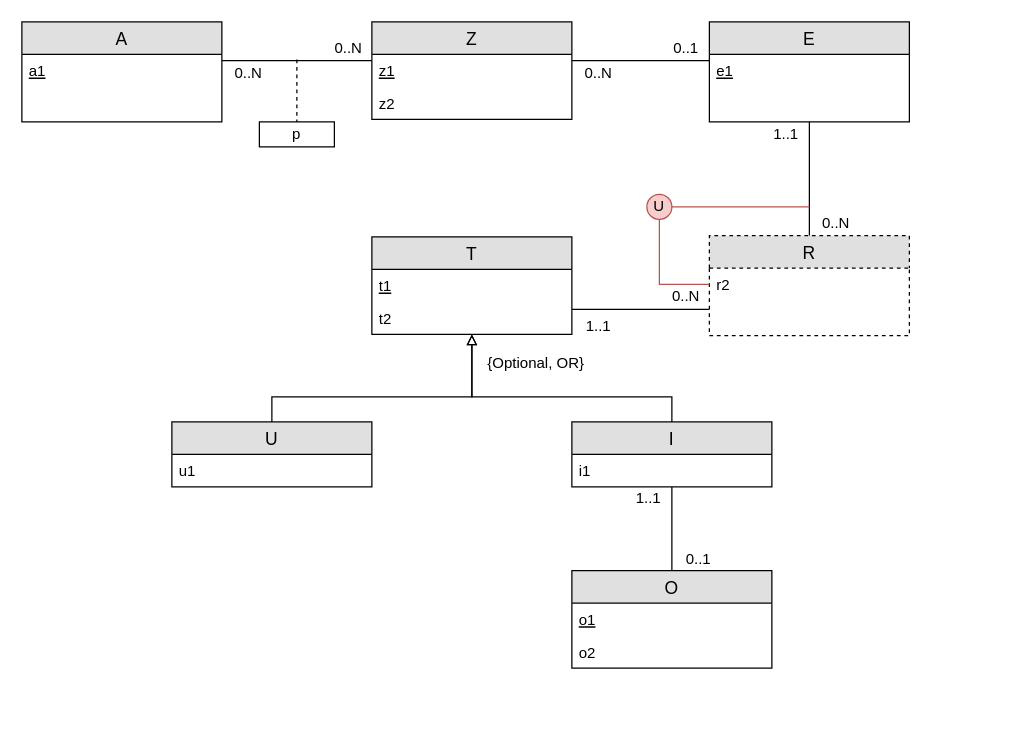
Before: workshops/04-relationeel_model/exercises/exercise-6.drawio in HOGENT-Databases/DB1-Workshops, a draw.io diagram. Source tidied: cells renumbered, new cells numbered last; positions are measured from the earlier drawing's top-left corner, leaving out a move shared by most shapes. Both pictures are drawn from the tidied source at 125%, with x=0, y=0 at pixel (21, 21).
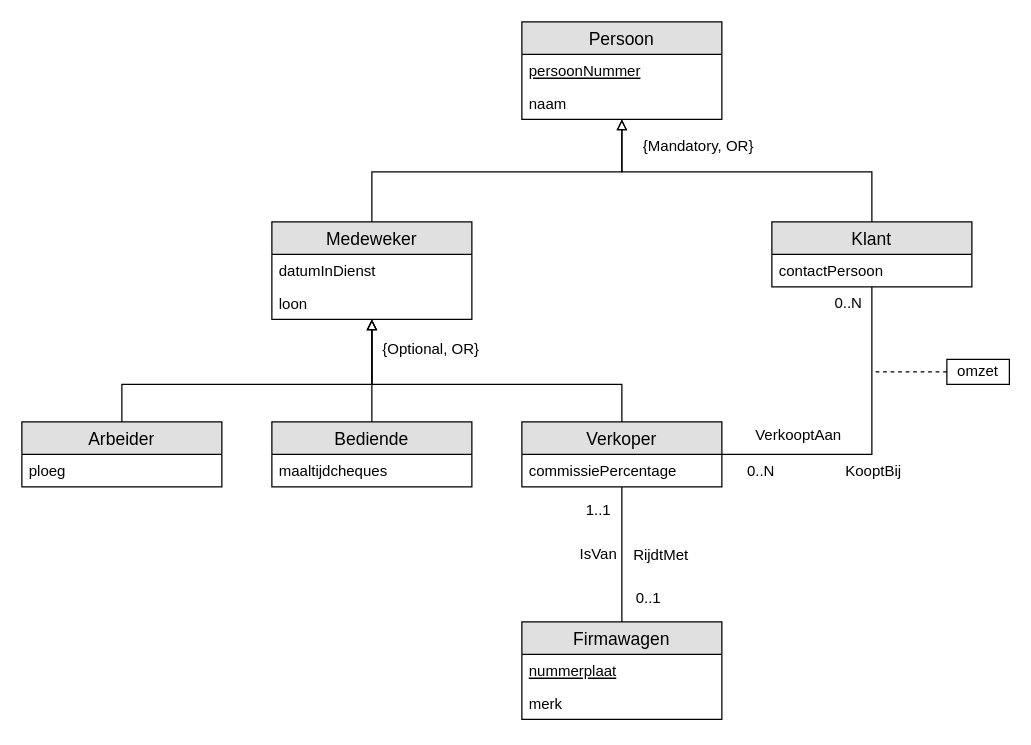
Above is the later version.

The edit, as a diff of the source:
```diff
@@
-    <mxCell id="2" style="edgeStyle=orthogonalEdgeStyle;rounded=0;jettySize=auto;html=1;endArrow=none;endFill=0;" parent="1" edge="1" source="5" target="10">
-      <mxGeometry relative="1" as="geometry">
-        <Array as="points">
-          <mxPoint x="240" y="31" />
-          <mxPoint x="240" y="31" />
-        </Array>
-      </mxGeometry>
-    </mxCell>
-    <mxCell id="3" value="0..N" style="text;html=1;align=center;verticalAlign=middle;labelBackgroundColor=#ffffff;" parent="2" vertex="1">
-      <mxGeometry x="-0.78" y="-1" relative="1" as="geometry">
-        <mxPoint x="7" y="8" as="offset" />
-      </mxGeometry>
-    </mxCell>
-    <mxCell id="4" value="0..N" style="text;html=1;align=center;verticalAlign=middle;labelBackgroundColor=#ffffff;" parent="2" vertex="1">
-      <mxGeometry x="0.81" relative="1" as="geometry">
-        <mxPoint x="-8.5" y="-11" as="offset" />
-      </mxGeometry>
-    </mxCell>
-    <mxCell id="5" value="A" style="swimlane;fontStyle=0;horizontal=1;startSize=26;fillColor=#e0e0e0;swimlaneFillColor=#ffffff;align=center;fontSize=14;" parent="1" vertex="1">
-      <mxGeometry width="160" height="80" as="geometry" />
-    </mxCell>
-    <mxCell id="6" value="a1" style="text;strokeColor=none;fillColor=none;spacingLeft=4;spacingRight=4;overflow=hidden;fontSize=12;fontStyle=4;" parent="5" vertex="1">
-      <mxGeometry y="26" width="160" height="54" as="geometry" />
-    </mxCell>
-    <mxCell id="7" style="edgeStyle=orthogonalEdgeStyle;rounded=0;jettySize=auto;html=1;endArrow=none;endFill=0;" parent="1" edge="1" source="10" target="16">
-      <mxGeometry relative="1" as="geometry">
-        <Array as="points">
-          <mxPoint x="480" y="31" />
-          <mxPoint x="480" y="31" />
-        </Array>
-      </mxGeometry>
-    </mxCell>
-    <mxCell id="8" value="0..N" style="text;html=1;align=center;verticalAlign=middle;labelBackgroundColor=#ffffff;" parent="7" vertex="1">
-      <mxGeometry x="-0.27" y="-32" relative="1" as="geometry">
-        <mxPoint x="-20" y="-23" as="offset" />
-      </mxGeometry>
-    </mxCell>
-    <mxCell id="9" value="0..1" style="text;html=1;align=center;verticalAlign=middle;labelBackgroundColor=#ffffff;" parent="7" vertex="1">
-      <mxGeometry x="0.84" relative="1" as="geometry">
-        <mxPoint x="-11" y="-11" as="offset" />
-      </mxGeometry>
-    </mxCell>
-    <mxCell id="10" value="Z" style="swimlane;fontStyle=0;horizontal=1;startSize=26;fillColor=#e0e0e0;swimlaneFillColor=#ffffff;align=center;fontSize=14;" parent="1" vertex="1">
-      <mxGeometry x="280" width="160" height="78" as="geometry" />
-    </mxCell>
-    <mxCell id="11" value="z1" style="text;strokeColor=none;fillColor=none;spacingLeft=4;spacingRight=4;overflow=hidden;fontSize=12;fontStyle=4;" parent="10" vertex="1">
-      <mxGeometry y="26" width="160" height="26" as="geometry" />
-    </mxCell>
-    <mxCell id="12" value="z2" style="text;strokeColor=none;fillColor=none;spacingLeft=4;spacingRight=4;overflow=hidden;fontSize=12;" parent="10" vertex="1">
-      <mxGeometry y="52" width="160" height="26" as="geometry" />
-    </mxCell>
-    <mxCell id="13" style="edgeStyle=orthogonalEdgeStyle;rounded=0;jettySize=auto;html=1;endArrow=none;endFill=0;" parent="1" edge="1" source="16" target="21">
-      <mxGeometry relative="1" as="geometry" />
-    </mxCell>
-    <mxCell id="14" value="1..1" style="text;html=1;align=center;verticalAlign=middle;labelBackgroundColor=#ffffff;" parent="13" vertex="1">
-      <mxGeometry x="-0.77" relative="1" as="geometry">
-        <mxPoint x="-20" y="-0.5" as="offset" />
-      </mxGeometry>
-    </mxCell>
-    <mxCell id="15" value="0..N" style="text;html=1;align=center;verticalAlign=middle;labelBackgroundColor=#ffffff;" parent="13" vertex="1">
-      <mxGeometry x="0.74" relative="1" as="geometry">
-        <mxPoint x="20" y="1" as="offset" />
-      </mxGeometry>
-    </mxCell>
-    <mxCell id="16" value="E" style="swimlane;fontStyle=0;horizontal=1;startSize=26;fillColor=#e0e0e0;swimlaneFillColor=#ffffff;align=center;fontSize=14;" parent="1" vertex="1">
-      <mxGeometry x="550" width="160" height="80" as="geometry" />
-    </mxCell>
-    <mxCell id="17" value="e1" style="text;strokeColor=none;fillColor=none;spacingLeft=4;spacingRight=4;overflow=hidden;fontSize=12;fontStyle=4;" parent="16" vertex="1">
-      <mxGeometry y="26" width="160" height="54" as="geometry" />
-    </mxCell>
-    <mxCell id="18" style="edgeStyle=orthogonalEdgeStyle;rounded=0;jettySize=auto;html=1;endArrow=none;endFill=0;" parent="1" edge="1" source="21" target="24">
-      <mxGeometry relative="1" as="geometry">
-        <Array as="points">
-          <mxPoint x="500" y="230" />
-          <mxPoint x="500" y="230" />
-        </Array>
-      </mxGeometry>
-    </mxCell>
-    <mxCell id="19" value="1..1" style="text;html=1;align=center;verticalAlign=middle;labelBackgroundColor=#ffffff;" parent="18" vertex="1">
-      <mxGeometry x="0.84" relative="1" as="geometry">
-        <mxPoint x="11" y="13" as="offset" />
-      </mxGeometry>
-    </mxCell>
-    <mxCell id="20" value="0..N" style="text;html=1;align=center;verticalAlign=middle;labelBackgroundColor=#ffffff;" parent="18" vertex="1">
-      <mxGeometry y="45" relative="1" as="geometry">
-        <mxPoint x="35" y="-56" as="offset" />
-      </mxGeometry>
-    </mxCell>
-    <mxCell id="21" value="R" style="swimlane;fontStyle=0;horizontal=1;startSize=26;fillColor=#e0e0e0;swimlaneFillColor=#ffffff;align=center;fontSize=14;dashed=1;" parent="1" vertex="1">
-      <mxGeometry x="550" y="171" width="160" height="80" as="geometry" />
-    </mxCell>
-    <mxCell id="22" value="r2" style="text;strokeColor=none;fillColor=none;spacingLeft=4;spacingRight=4;overflow=hidden;points=[[0,0.5],[1,0.5]];portConstraint=eastwest;fontSize=12;fontStyle=0;" parent="21" vertex="1">
-      <mxGeometry y="26" width="160" height="54" as="geometry" />
-    </mxCell>
-    <mxCell id="23" style="edgeStyle=orthogonalEdgeStyle;rounded=0;jettySize=auto;html=1;endArrow=none;endFill=0;startArrow=block;startFill=0;" parent="1" edge="1" source="24" target="27">
-      <mxGeometry relative="1" as="geometry">
-        <Array as="points">
-          <mxPoint x="360" y="300" />
-          <mxPoint x="200" y="300" />
-        </Array>
-      </mxGeometry>
-    </mxCell>
-    <mxCell id="24" value="T" style="swimlane;fontStyle=0;horizontal=1;startSize=26;fillColor=#e0e0e0;swimlaneFillColor=#ffffff;align=center;fontSize=14;" parent="1" vertex="1">
-      <mxGeometry x="280" y="172" width="160" height="78" as="geometry" />
-    </mxCell>
-    <mxCell id="25" value="t1" style="text;strokeColor=none;fillColor=none;spacingLeft=4;spacingRight=4;overflow=hidden;fontSize=12;fontStyle=4;" parent="24" vertex="1">
-      <mxGeometry y="26" width="160" height="26" as="geometry" />
-    </mxCell>
-    <mxCell id="26" value="t2" style="text;strokeColor=none;fillColor=none;spacingLeft=4;spacingRight=4;overflow=hidden;fontSize=12;fontStyle=0;" parent="24" vertex="1">
-      <mxGeometry y="52" width="160" height="26" as="geometry" />
-    </mxCell>
-    <mxCell id="27" value="U" style="swimlane;fontStyle=0;horizontal=1;startSize=26;fillColor=#e0e0e0;swimlaneFillColor=#ffffff;align=center;fontSize=14;" parent="1" vertex="1">
-      <mxGeometry x="120" y="320" width="160" height="52" as="geometry" />
-    </mxCell>
-    <mxCell id="28" value="u1" style="text;strokeColor=none;fillColor=none;spacingLeft=4;spacingRight=4;overflow=hidden;fontSize=12;fontStyle=0;" parent="27" vertex="1">
-      <mxGeometry y="26" width="160" height="26" as="geometry" />
-    </mxCell>
-    <mxCell id="29" style="edgeStyle=orthogonalEdgeStyle;rounded=0;jettySize=auto;html=1;startArrow=none;startFill=0;endArrow=block;endFill=0;" parent="1" edge="1" source="34" target="24">
-      <mxGeometry relative="1" as="geometry">
-        <Array as="points">
-          <mxPoint x="520" y="300" />
-          <mxPoint x="360" y="300" />
-        </Array>
-      </mxGeometry>
-    </mxCell>
+    <mxCell id="44" value="Persoon" style="swimlane;fontStyle=0;horizontal=1;startSize=26;fillColor=#e0e0e0;swimlaneFillColor=#ffffff;align=center;fontSize=14;" parent="1" vertex="1">
+      <mxGeometry x="400" width="160" height="78" as="geometry" />
+    </mxCell>
+    <mxCell id="45" value="persoonNummer" style="text;strokeColor=none;fillColor=none;spacingLeft=4;spacingRight=4;overflow=hidden;fontSize=12;fontStyle=4;" parent="44" vertex="1">
+      <mxGeometry y="26" width="160" height="26" as="geometry" />
+    </mxCell>
+    <mxCell id="46" value="naam" style="text;strokeColor=none;fillColor=none;spacingLeft=4;spacingRight=4;overflow=hidden;fontSize=12;" parent="44" vertex="1">
+      <mxGeometry y="52" width="160" height="26" as="geometry" />
+    </mxCell>
+    <mxCell id="47" style="edgeStyle=orthogonalEdgeStyle;rounded=0;jettySize=auto;html=1;endArrow=block;endFill=0;" parent="1" edge="1" source="48" target="44">
+      <mxGeometry relative="1" as="geometry">
+        <Array as="points">
+          <mxPoint x="680" y="120" />
+          <mxPoint x="480" y="120" />
+        </Array>
+      </mxGeometry>
+    </mxCell>
+    <mxCell id="48" value="Klant" style="swimlane;fontStyle=0;horizontal=1;startSize=26;fillColor=#e0e0e0;swimlaneFillColor=#ffffff;align=center;fontSize=14;" parent="1" vertex="1">
+      <mxGeometry x="600" y="160" width="160" height="52" as="geometry" />
+    </mxCell>
+    <mxCell id="49" value="contactPersoon" style="text;strokeColor=none;fillColor=none;spacingLeft=4;spacingRight=4;overflow=hidden;fontSize=12;fontStyle=0;" parent="48" vertex="1">
+      <mxGeometry y="26" width="160" height="26" as="geometry" />
+    </mxCell>
+    <mxCell id="50" style="edgeStyle=orthogonalEdgeStyle;rounded=0;jettySize=auto;html=1;endArrow=block;endFill=0;" parent="1" edge="1" source="52" target="44">
+      <mxGeometry relative="1" as="geometry">
+        <Array as="points">
+          <mxPoint x="280" y="120" />
+          <mxPoint x="480" y="120" />
+        </Array>
+      </mxGeometry>
+    </mxCell>
+    <mxCell id="51" value="{Mandatory, OR}" style="text;html=1;align=center;verticalAlign=middle;labelBackgroundColor=#ffffff;" parent="50" vertex="1">
+      <mxGeometry x="0.83" relative="1" as="geometry">
+        <mxPoint x="60" y="-3" as="offset" />
+      </mxGeometry>
+    </mxCell>
+    <mxCell id="52" value="Medeweker" style="swimlane;fontStyle=0;horizontal=1;startSize=26;fillColor=#e0e0e0;swimlaneFillColor=#ffffff;align=center;fontSize=14;" parent="1" vertex="1">
+      <mxGeometry x="200" y="160" width="160" height="78" as="geometry" />
+    </mxCell>
+    <mxCell id="53" value="datumInDienst" style="text;strokeColor=none;fillColor=none;spacingLeft=4;spacingRight=4;overflow=hidden;fontSize=12;fontStyle=0;" parent="52" vertex="1">
+      <mxGeometry y="26" width="160" height="26" as="geometry" />
+    </mxCell>
+    <mxCell id="54" value="loon" style="text;strokeColor=none;fillColor=none;spacingLeft=4;spacingRight=4;overflow=hidden;fontSize=12;" parent="52" vertex="1">
+      <mxGeometry y="52" width="160" height="26" as="geometry" />
+    </mxCell>
+    <mxCell id="55" style="edgeStyle=orthogonalEdgeStyle;rounded=0;jettySize=auto;html=1;endArrow=block;endFill=0;" parent="1" edge="1" source="56" target="52">
+      <mxGeometry relative="1" as="geometry">
+        <Array as="points">
+          <mxPoint x="80" y="290" />
+          <mxPoint x="280" y="290" />
+        </Array>
+      </mxGeometry>
+    </mxCell>
+    <mxCell id="56" value="Arbeider" style="swimlane;fontStyle=0;horizontal=1;startSize=26;fillColor=#e0e0e0;swimlaneFillColor=#ffffff;align=center;fontSize=14;" parent="1" vertex="1">
+      <mxGeometry y="320" width="160" height="52" as="geometry" />
+    </mxCell>
+    <mxCell id="57" value="ploeg" style="text;strokeColor=none;fillColor=none;spacingLeft=4;spacingRight=4;overflow=hidden;fontSize=12;" parent="56" vertex="1">
+      <mxGeometry y="26" width="160" height="26" as="geometry" />
+    </mxCell>
+    <mxCell id="58" style="edgeStyle=orthogonalEdgeStyle;rounded=0;jettySize=auto;html=1;endArrow=block;endFill=0;" parent="1" edge="1" source="59" target="52">
+      <mxGeometry relative="1" as="geometry" />
+    </mxCell>
+    <mxCell id="59" value="Bediende" style="swimlane;fontStyle=0;horizontal=1;startSize=26;fillColor=#e0e0e0;swimlaneFillColor=#ffffff;align=center;fontSize=14;" parent="1" vertex="1">
+      <mxGeometry x="200" y="320" width="160" height="52" as="geometry" />
+    </mxCell>
+    <mxCell id="60" value="maaltijdcheques" style="text;strokeColor=none;fillColor=none;spacingLeft=4;spacingRight=4;overflow=hidden;fontSize=12;" parent="59" vertex="1">
+      <mxGeometry y="26" width="160" height="26" as="geometry" />
+    </mxCell>
+    <mxCell id="61" style="edgeStyle=orthogonalEdgeStyle;rounded=0;jettySize=auto;html=1;endArrow=block;endFill=0;" parent="1" edge="1" source="72" target="52">
+      <mxGeometry relative="1" as="geometry">
+        <Array as="points">
+          <mxPoint x="480" y="290" />
+          <mxPoint x="280" y="290" />
+        </Array>
+      </mxGeometry>
+    </mxCell>
-    <mxCell id="30" value="{Optional, OR}" style="text;html=1;align=center;verticalAlign=middle;labelBackgroundColor=#ffffff;" parent="29" vertex="1">
-      <mxGeometry x="0.77" y="1" relative="1" as="geometry">
-        <mxPoint x="51.5" y="-3.5" as="offset" />
+    <mxCell id="30" value="{Optional, OR}" style="text;html=1;align=center;verticalAlign=middle;labelBackgroundColor=#ffffff;" parent="61" vertex="1">
+      <mxGeometry x="0.75" y="-2" relative="1" as="geometry">
+        <mxPoint x="44.5" y="-12" as="offset" />
       </mxGeometry>
     </mxCell>
-    <mxCell id="31" style="edgeStyle=orthogonalEdgeStyle;rounded=0;jettySize=auto;html=1;startArrow=none;startFill=0;endArrow=none;endFill=0;" parent="1" edge="1" source="34" target="36">
-      <mxGeometry relative="1" as="geometry" />
-    </mxCell>
-    <mxCell id="32" value="0..1" style="text;html=1;align=center;verticalAlign=middle;labelBackgroundColor=#ffffff;" parent="31" vertex="1">
-      <mxGeometry x="-0.75" relative="1" as="geometry">
-        <mxPoint x="20" y="49.5" as="offset" />
-      </mxGeometry>
-    </mxCell>
-    <mxCell id="33" value="1..1" style="text;html=1;align=center;verticalAlign=middle;labelBackgroundColor=#ffffff;" parent="31" vertex="1">
-      <mxGeometry x="-0.68" relative="1" as="geometry">
-        <mxPoint x="-20" y="-2.5" as="offset" />
-      </mxGeometry>
-    </mxCell>
-    <mxCell id="34" value="I" style="swimlane;fontStyle=0;horizontal=1;startSize=26;fillColor=#e0e0e0;swimlaneFillColor=#ffffff;align=center;fontSize=14;" parent="1" vertex="1">
-      <mxGeometry x="440" y="320" width="160" height="52" as="geometry" />
-    </mxCell>
-    <mxCell id="35" value="i1" style="text;strokeColor=none;fillColor=none;spacingLeft=4;spacingRight=4;overflow=hidden;fontSize=12;fontStyle=0;" parent="34" vertex="1">
-      <mxGeometry y="26" width="160" height="26" as="geometry" />
-    </mxCell>
-    <mxCell id="36" value="O" style="swimlane;fontStyle=0;horizontal=1;startSize=26;fillColor=#e0e0e0;swimlaneFillColor=#ffffff;align=center;fontSize=14;" parent="1" vertex="1">
-      <mxGeometry x="440" y="439" width="160" height="78" as="geometry" />
-    </mxCell>
-    <mxCell id="37" value="o1" style="text;strokeColor=none;fillColor=none;spacingLeft=4;spacingRight=4;overflow=hidden;fontSize=12;fontStyle=4;" parent="36" vertex="1">
-      <mxGeometry y="26" width="160" height="26" as="geometry" />
-    </mxCell>
-    <mxCell id="38" value="o2" style="text;strokeColor=none;fillColor=none;spacingLeft=4;spacingRight=4;overflow=hidden;fontSize=12;fontStyle=0;" parent="36" vertex="1">
-      <mxGeometry y="52" width="160" height="26" as="geometry" />
-    </mxCell>
-    <mxCell id="39" value="p" style="rounded=0;whiteSpace=wrap;html=1;" parent="1" vertex="1">
-      <mxGeometry x="190" y="80" width="60" height="20" as="geometry" />
-    </mxCell>
-    <mxCell id="40" style="endArrow=none;dashed=1;html=1;" parent="1" edge="1" target="39">
-      <mxGeometry relative="1" as="geometry">
-        <mxPoint x="220" y="30" as="sourcePoint" />
-      </mxGeometry>
-    </mxCell>
-    <mxCell id="41" style="endArrow=none;html=1;edgeStyle=orthogonalEdgeStyle;rounded=0;fillColor=#f8cecc;strokeColor=#b85450;" parent="1" edge="1" source="42" target="22">
-      <mxGeometry relative="1" as="geometry">
-        <Array as="points">
-          <mxPoint x="510" y="210" />
-        </Array>
-      </mxGeometry>
-    </mxCell>
-    <mxCell id="42" value="U" style="ellipse;whiteSpace=wrap;html=1;fillColor=#f8cecc;strokeColor=#b85450;" parent="1" vertex="1">
-      <mxGeometry x="500" y="138" width="20" height="20" as="geometry" />
-    </mxCell>
-    <mxCell id="43" style="endArrow=none;html=1;fillColor=#f8cecc;strokeColor=#b85450;" parent="1" edge="1" source="42">
-      <mxGeometry relative="1" as="geometry">
-        <mxPoint x="630" y="148" as="targetPoint" />
-      </mxGeometry>
-    </mxCell>
+    <mxCell id="62" style="edgeStyle=orthogonalEdgeStyle;rounded=0;jettySize=auto;html=1;endArrow=none;endFill=0;" parent="1" edge="1" source="72" target="48">
+      <mxGeometry relative="1" as="geometry" />
+    </mxCell>
+    <mxCell id="63" value="KooptBij" style="text;html=1;align=center;verticalAlign=middle;labelBackgroundColor=#ffffff;" parent="62" vertex="1">
+      <mxGeometry x="-0.33" y="2" relative="1" as="geometry">
+        <mxPoint x="35" y="15" as="offset" />
+      </mxGeometry>
+    </mxCell>
+    <mxCell id="64" value="VerkooptAan" style="text;html=1;align=center;verticalAlign=middle;labelBackgroundColor=#ffffff;" parent="62" vertex="1">
+      <mxGeometry x="-0.21" y="1" relative="1" as="geometry">
+        <mxPoint x="-40" y="-15" as="offset" />
+      </mxGeometry>
+    </mxCell>
+    <mxCell id="65" value="0..N" style="text;html=1;align=center;verticalAlign=middle;labelBackgroundColor=#ffffff;" parent="62" vertex="1">
+      <mxGeometry x="0.88" y="-2" relative="1" as="geometry">
+        <mxPoint x="-21.5" y="-3" as="offset" />
+      </mxGeometry>
+    </mxCell>
+    <mxCell id="66" value="0..N" style="text;html=1;align=center;verticalAlign=middle;labelBackgroundColor=#ffffff;" parent="62" vertex="1">
+      <mxGeometry x="-0.79" relative="1" as="geometry">
+        <mxPoint x="3" y="13" as="offset" />
+      </mxGeometry>
+    </mxCell>
+    <mxCell id="67" style="edgeStyle=orthogonalEdgeStyle;rounded=0;jettySize=auto;html=1;endArrow=none;endFill=0;" parent="1" edge="1" source="72" target="74">
+      <mxGeometry relative="1" as="geometry" />
+    </mxCell>
+    <mxCell id="68" value="RijdtMet" style="text;html=1;align=center;verticalAlign=middle;labelBackgroundColor=#ffffff;" parent="67" vertex="1">
+      <mxGeometry x="-0.15" y="-1" relative="1" as="geometry">
+        <mxPoint x="31" y="8" as="offset" />
+      </mxGeometry>
+    </mxCell>
+    <mxCell id="69" value="IsVan" style="text;html=1;align=center;verticalAlign=middle;labelBackgroundColor=#ffffff;" parent="67" vertex="1">
+      <mxGeometry x="-0.29" y="-1" relative="1" as="geometry">
+        <mxPoint x="-19" y="15.5" as="offset" />
+      </mxGeometry>
+    </mxCell>
+    <mxCell id="70" value="0..1" style="text;html=1;align=center;verticalAlign=middle;labelBackgroundColor=#ffffff;" parent="67" vertex="1">
+      <mxGeometry x="0.68" y="1" relative="1" as="geometry">
+        <mxPoint x="19" y="-3" as="offset" />
+      </mxGeometry>
+    </mxCell>
+    <mxCell id="71" value="1..1" style="text;html=1;align=center;verticalAlign=middle;labelBackgroundColor=#ffffff;" parent="67" vertex="1">
+      <mxGeometry x="-0.67" y="1" relative="1" as="geometry">
+        <mxPoint x="-21" as="offset" />
+      </mxGeometry>
+    </mxCell>
+    <mxCell id="72" value="Verkoper" style="swimlane;fontStyle=0;horizontal=1;startSize=26;fillColor=#e0e0e0;swimlaneFillColor=#ffffff;align=center;fontSize=14;" parent="1" vertex="1">
+      <mxGeometry x="400" y="320" width="160" height="52" as="geometry" />
+    </mxCell>
+    <mxCell id="73" value="commissiePercentage" style="text;strokeColor=none;fillColor=none;spacingLeft=4;spacingRight=4;overflow=hidden;fontSize=12;" parent="72" vertex="1">
+      <mxGeometry y="26" width="160" height="26" as="geometry" />
+    </mxCell>
+    <mxCell id="74" value="Firmawagen" style="swimlane;fontStyle=0;horizontal=1;startSize=26;fillColor=#e0e0e0;swimlaneFillColor=#ffffff;align=center;fontSize=14;" parent="1" vertex="1">
+      <mxGeometry x="400" y="480" width="160" height="78" as="geometry" />
+    </mxCell>
+    <mxCell id="75" value="nummerplaat" style="text;strokeColor=none;fillColor=none;spacingLeft=4;spacingRight=4;overflow=hidden;fontSize=12;fontStyle=4;" parent="74" vertex="1">
+      <mxGeometry y="26" width="160" height="26" as="geometry" />
+    </mxCell>
+    <mxCell id="76" value="merk" style="text;strokeColor=none;fillColor=none;spacingLeft=4;spacingRight=4;overflow=hidden;fontSize=12;fontStyle=0;" parent="74" vertex="1">
+      <mxGeometry y="52" width="160" height="26" as="geometry" />
+    </mxCell>
+    <mxCell id="77" value="omzet" style="rounded=0;whiteSpace=wrap;html=1;" parent="1" vertex="1">
+      <mxGeometry x="740" y="270" width="50" height="20" as="geometry" />
+    </mxCell>
+    <mxCell id="78" style="endArrow=none;dashed=1;html=1;" parent="1" edge="1" source="77">
+      <mxGeometry relative="1" as="geometry">
+        <mxPoint x="680" y="280" as="targetPoint" />
+      </mxGeometry>
+    </mxCell>
```
